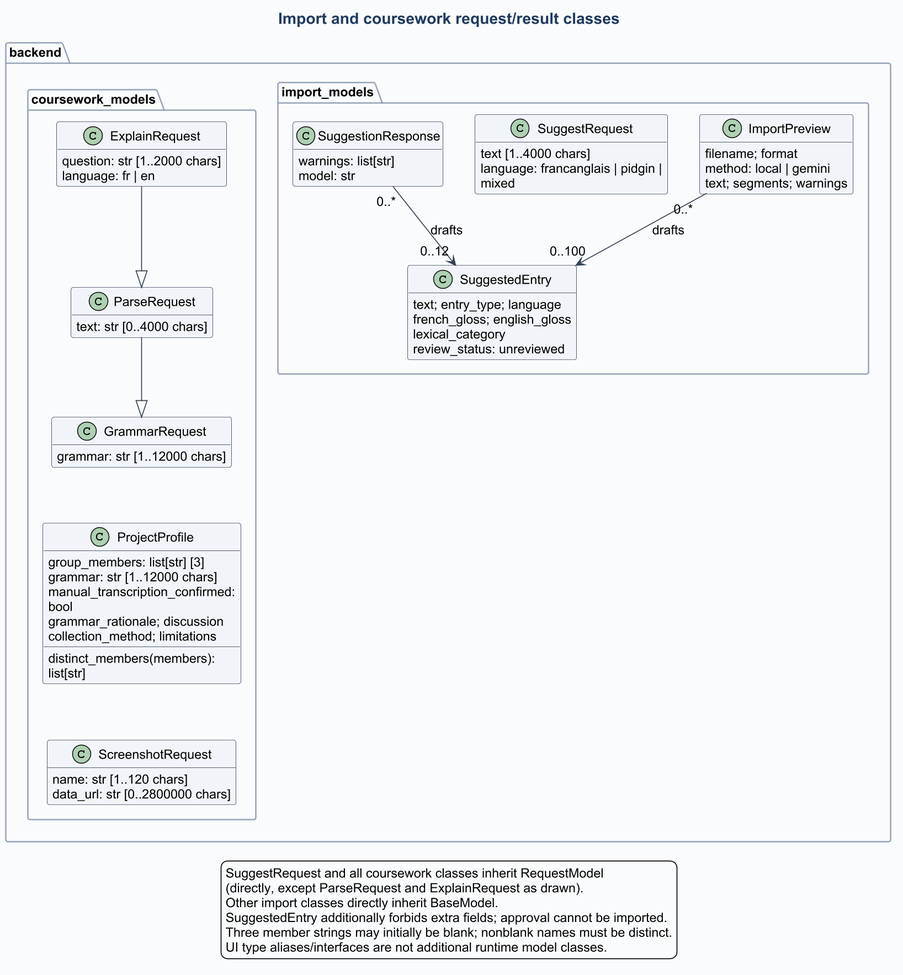
Above: docs/diagrams/class-import-coursework.png in Suraku237/francanglaiscompiler (PlantUML), before the change.
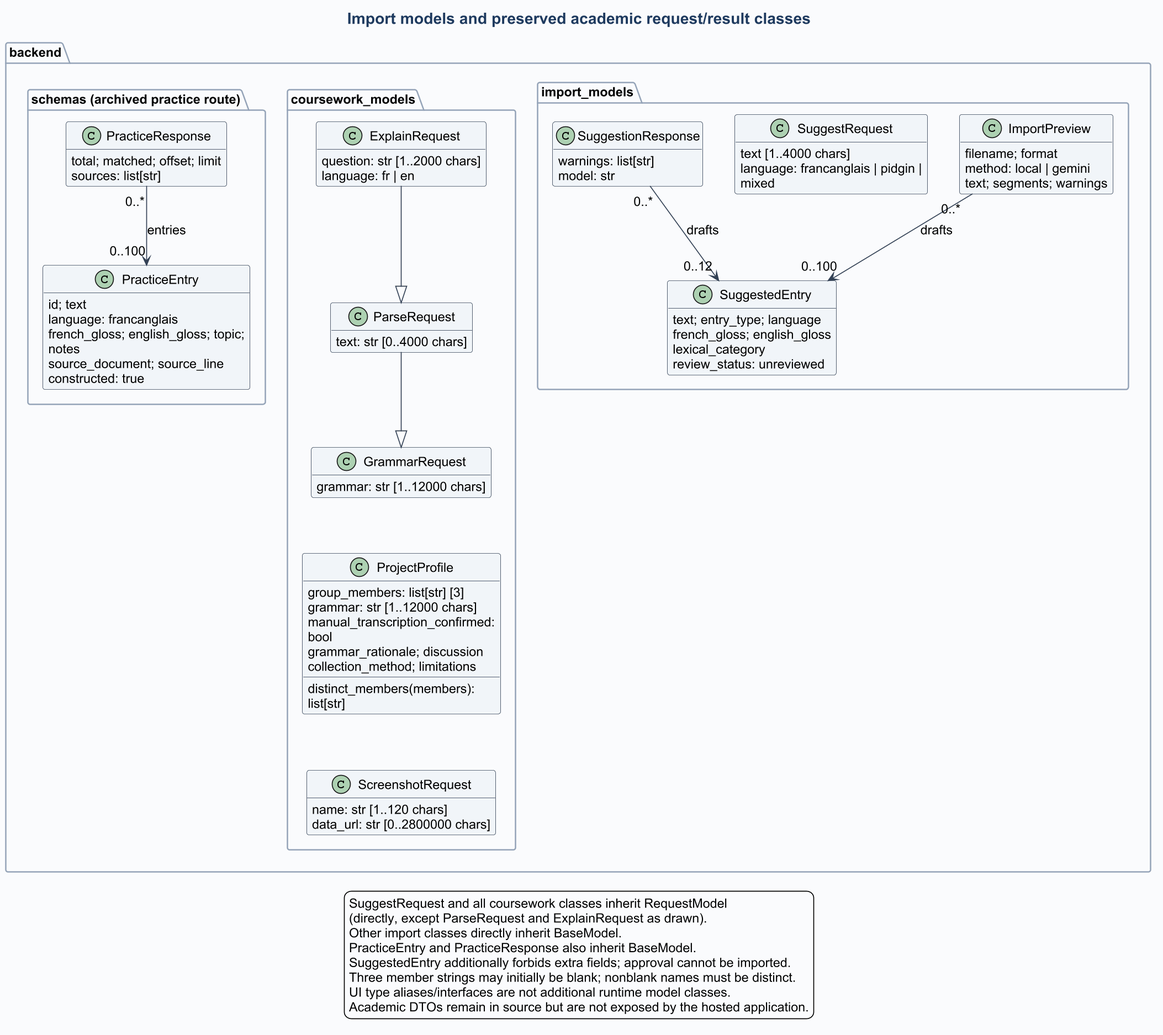
The same file after the commit.

Change to the diagram source:
```diff
@@ -1,6 +1,6 @@
 @startuml
 !include theme.iuml
-title Import and coursework request/result classes
+title Import models and preserved academic request/result classes
 hide empty members
 package "backend.import_models" {
   class SuggestedEntry {
@@ -51,14 +51,30 @@
   ParseRequest --|> GrammarRequest
   ExplainRequest --|> ParseRequest
 }
+package "backend.schemas (archived practice route)" {
+  class PracticeEntry {
+    id; text
+    language: francanglais
+    french_gloss; english_gloss; topic; notes
+    source_document; source_line
+    constructed: true
+  }
+  class PracticeResponse {
+    total; matched; offset; limit
+    sources: list[str]
+  }
+  PracticeResponse "0..*" --> "0..100" PracticeEntry : entries
+}
 GrammarRequest -[hidden]down- ProjectProfile
 ProjectProfile -[hidden]down- ScreenshotRequest
 legend bottom
   SuggestRequest and all coursework classes inherit RequestModel
   (directly, except ParseRequest and ExplainRequest as drawn).
   Other import classes directly inherit BaseModel.
+  PracticeEntry and PracticeResponse also inherit BaseModel.
   SuggestedEntry additionally forbids extra fields; approval cannot be imported.
   Three member strings may initially be blank; nonblank names must be distinct.
   UI type aliases/interfaces are not additional runtime model classes.
+  Academic DTOs remain in source but are not exposed by the hosted application.
 endlegend
 @enduml
```
